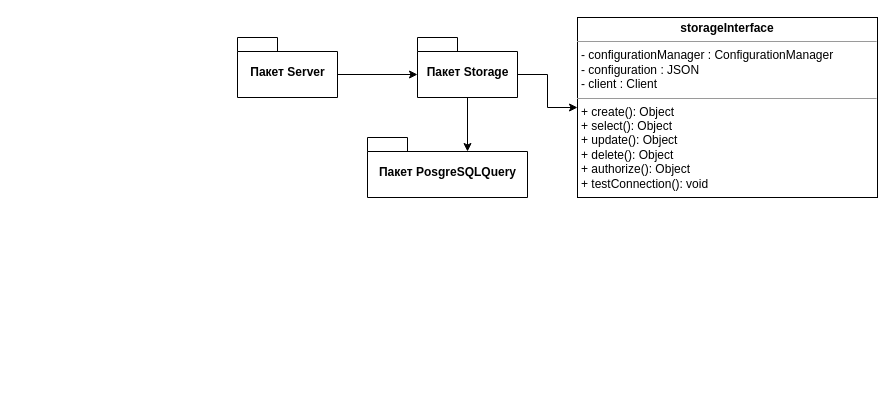
Earlier version of the draw.io diagram uml server modules.drawio (arturyumaev/Bachelor-Diploma-Docs). Source tidied: cells renumbered, new cells numbered last; positions are measured from the earlier drawing's top-left corner, leaving out a move shared by most shapes. Both pictures are drawn from the tidied source at 100%, with x=0, y=0 at pixel (237, 17).
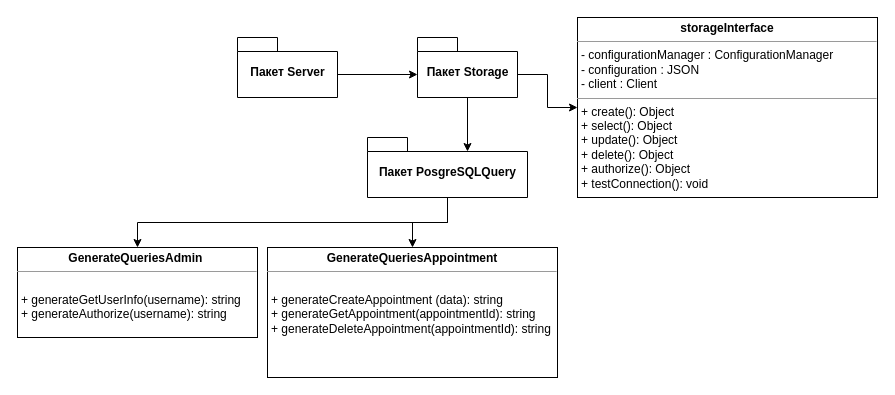
The same diagram, later.

What changed in the source:
```diff
@@
 <mxGraphModel>
   <root>
     <mxCell id="0" />
     <mxCell id="1" parent="0" />
     <mxCell id="2" style="edgeStyle=orthogonalEdgeStyle;rounded=0;jettySize=auto;html=1;exitX=0;exitY=0;exitDx=100;exitDy=37;exitPerimeter=0;entryX=0;entryY=0;entryDx=0;entryDy=37;entryPerimeter=0;" parent="1" edge="1" source="3" target="6">
       <mxGeometry relative="1" as="geometry" />
     </mxCell>
     <mxCell id="3" value="Пакет Server" style="shape=folder;fontStyle=1;spacingTop=10;tabWidth=40;tabHeight=14;tabPosition=left;html=1;" parent="1" vertex="1">
       <mxGeometry y="20" width="100" height="60" as="geometry" />
     </mxCell>
     <mxCell id="4" style="edgeStyle=orthogonalEdgeStyle;rounded=0;jettySize=auto;html=1;exitX=0;exitY=0;exitDx=100;exitDy=37;exitPerimeter=0;entryX=0;entryY=0.5;entryDx=0;entryDy=0;" parent="1" edge="1" source="6" target="7">
       <mxGeometry relative="1" as="geometry" />
     </mxCell>
     <mxCell id="5" style="edgeStyle=orthogonalEdgeStyle;rounded=0;jettySize=auto;html=1;exitX=0.5;exitY=1;exitDx=0;exitDy=0;exitPerimeter=0;entryX=0;entryY=0;entryDx=100;entryDy=14;entryPerimeter=0;" parent="1" edge="1" source="6" target="8">
       <mxGeometry relative="1" as="geometry" />
     </mxCell>
     <mxCell id="6" value="Пакет Storage" style="shape=folder;fontStyle=1;spacingTop=10;tabWidth=40;tabHeight=14;tabPosition=left;html=1;" parent="1" vertex="1">
       <mxGeometry x="180" y="20" width="100" height="60" as="geometry" />
     </mxCell>
     <mxCell id="7" value="&lt;p style=&quot;margin: 0px ; margin-top: 4px ; text-align: center&quot;&gt;&lt;b&gt;storageInterface&lt;/b&gt;&lt;/p&gt;&lt;hr size=&quot;1&quot;&gt;&lt;p style=&quot;margin: 0px ; margin-left: 4px&quot;&gt;- configurationManager&amp;nbsp;: ConfigurationManager&lt;/p&gt;&lt;p style=&quot;margin: 0px ; margin-left: 4px&quot;&gt;- configuration : JSON&lt;/p&gt;&lt;p style=&quot;margin: 0px ; margin-left: 4px&quot;&gt;- client : Client&lt;/p&gt;&lt;hr size=&quot;1&quot;&gt;&lt;p style=&quot;margin: 0px ; margin-left: 4px&quot;&gt;+ create(): Object&lt;/p&gt;&lt;p style=&quot;margin: 0px ; margin-left: 4px&quot;&gt;+ select(): Object&lt;br&gt;&lt;/p&gt;&lt;p style=&quot;margin: 0px ; margin-left: 4px&quot;&gt;+ update(): Object&lt;br&gt;&lt;/p&gt;&lt;p style=&quot;margin: 0px ; margin-left: 4px&quot;&gt;+ delete(): Object&lt;br&gt;&lt;/p&gt;&lt;p style=&quot;margin: 0px ; margin-left: 4px&quot;&gt;+ authorize(): Object&lt;br&gt;&lt;/p&gt;&lt;p style=&quot;margin: 0px ; margin-left: 4px&quot;&gt;+ testConnection(): void&lt;/p&gt;" style="verticalAlign=top;align=left;overflow=fill;fontSize=12;fontFamily=Helvetica;html=1;" parent="1" vertex="1">
       <mxGeometry x="340" width="300" height="180" as="geometry" />
     </mxCell>
+    <mxCell id="9" style="edgeStyle=orthogonalEdgeStyle;rounded=0;jettySize=auto;html=1;exitX=0.5;exitY=1;exitDx=0;exitDy=0;exitPerimeter=0;entryX=0.5;entryY=0;entryDx=0;entryDy=0;" parent="1" edge="1" source="8" target="11">
+      <mxGeometry relative="1" as="geometry" />
+    </mxCell>
+    <mxCell id="10" style="edgeStyle=orthogonalEdgeStyle;rounded=0;jettySize=auto;html=1;exitX=0.5;exitY=1;exitDx=0;exitDy=0;exitPerimeter=0;entryX=0.5;entryY=0;entryDx=0;entryDy=0;" parent="1" edge="1" source="8" target="12">
+      <mxGeometry relative="1" as="geometry" />
+    </mxCell>
     <mxCell id="8" value="Пакет PosgreSQLQuery" style="shape=folder;fontStyle=1;spacingTop=10;tabWidth=40;tabHeight=14;tabPosition=left;html=1;" parent="1" vertex="1">
       <mxGeometry x="130" y="120" width="160" height="60" as="geometry" />
     </mxCell>
+    <mxCell id="11" value="&lt;p style=&quot;margin: 0px ; margin-top: 4px ; text-align: center&quot;&gt;&lt;b&gt;GenerateQueriesAdmin&amp;nbsp;&lt;/b&gt;&lt;br&gt;&lt;/p&gt;&lt;hr size=&quot;1&quot;&gt;&lt;p style=&quot;margin: 0px ; margin-left: 4px&quot;&gt;&lt;br&gt;&lt;/p&gt;&lt;p style=&quot;margin: 0px ; margin-left: 4px&quot;&gt;+ generateGetUserInfo(username): string&lt;/p&gt;&lt;p style=&quot;margin: 0px ; margin-left: 4px&quot;&gt;+ generateAuthorize(username): string&lt;/p&gt;" style="verticalAlign=top;align=left;overflow=fill;fontSize=12;fontFamily=Helvetica;html=1;" parent="1" vertex="1">
+      <mxGeometry x="-220" y="230" width="240" height="90" as="geometry" />
+    </mxCell>
+    <mxCell id="12" value="&lt;p style=&quot;margin: 0px ; margin-top: 4px ; text-align: center&quot;&gt;&lt;b&gt;GenerateQueriesAppointment&lt;/b&gt;&lt;br&gt;&lt;/p&gt;&lt;hr size=&quot;1&quot;&gt;&lt;p style=&quot;margin: 0px ; margin-left: 4px&quot;&gt;&lt;br&gt;&lt;/p&gt;&lt;p style=&quot;margin: 0px ; margin-left: 4px&quot;&gt;+ generateCreateAppointment (data): string&lt;/p&gt;&lt;p style=&quot;margin: 0px ; margin-left: 4px&quot;&gt;+ generateGetAppointment(appointmentId): string&lt;/p&gt;&lt;p style=&quot;margin: 0px ; margin-left: 4px&quot;&gt;+&amp;nbsp;generateDeleteAppointment(appointmentId): string&lt;/p&gt;" style="verticalAlign=top;align=left;overflow=fill;fontSize=12;fontFamily=Helvetica;html=1;" parent="1" vertex="1">
+      <mxGeometry x="30" y="230" width="290" height="130" as="geometry" />
+    </mxCell>
   </root>
 </mxGraphModel>
```
